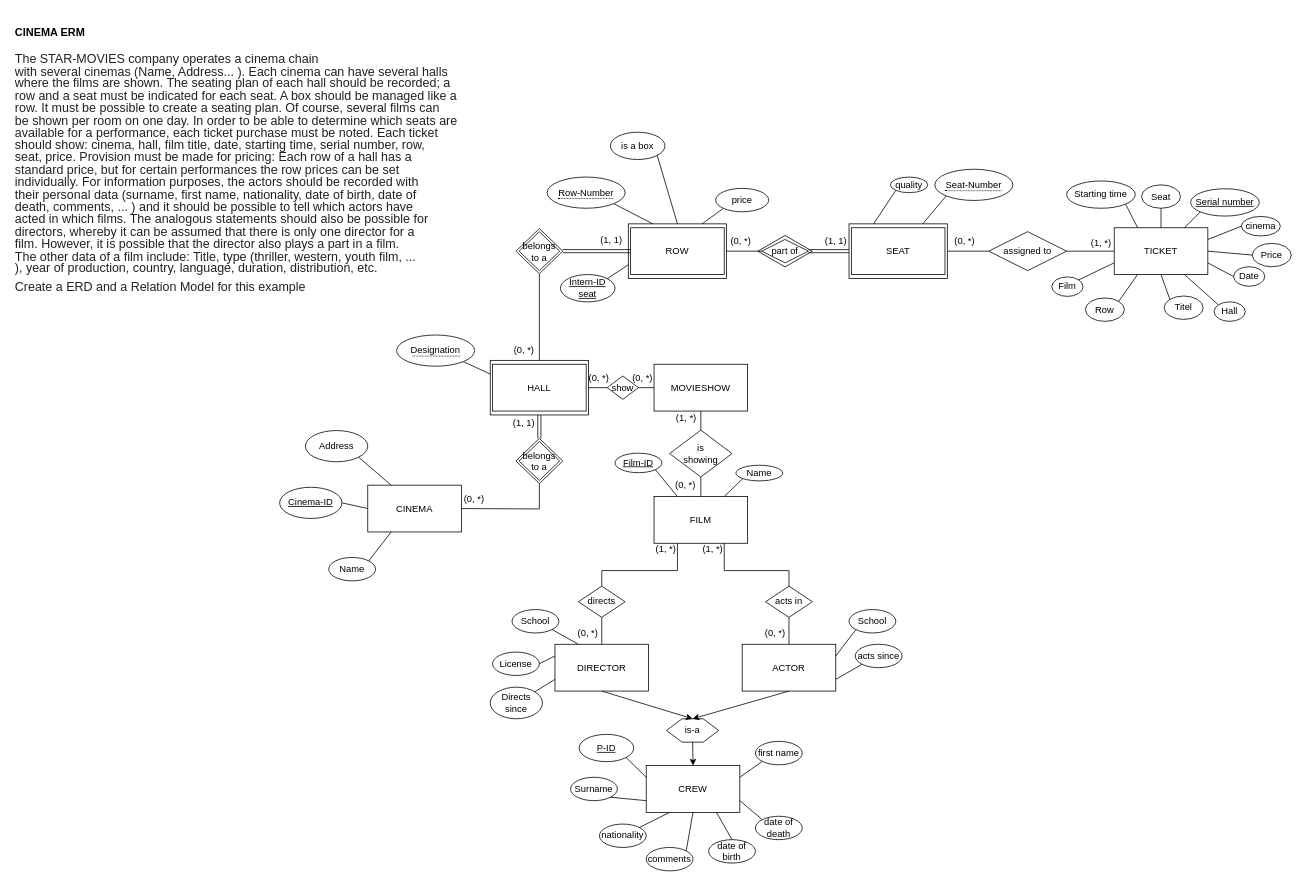
Earlier version of the draw.io diagram CINEMA.drawio (mars-veracruz/First-Repo). Source tidied: cells renumbered, new cells numbered last; positions are measured from the earlier drawing's top-left corner, leaving out a move shared by most shapes. Both pictures are drawn from the tidied source at 78%, with x=0, y=0 at pixel (13, 13).
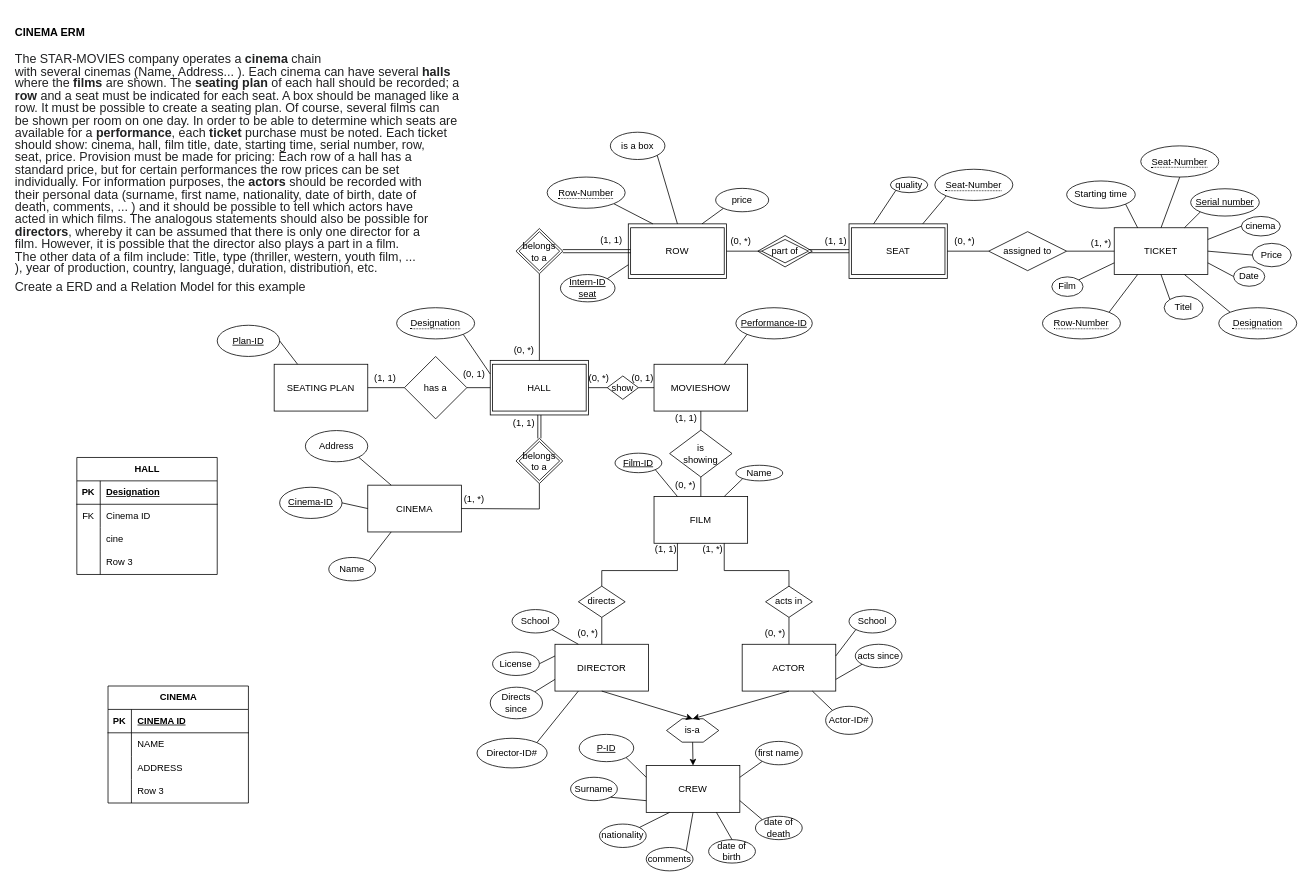
Above is the later version.

The change refers to these unchanged cells:
```xml
<mxCell id="5" style="rounded=0;whiteSpace=wrap;html=1;" parent="1" vertex="1">
  <mxGeometry x="611" y="444.5" width="126" height="70" as="geometry" />
</mxCell>
<mxCell id="13" value="ACTOR" style="rounded=0;whiteSpace=wrap;html=1;" parent="1" vertex="1">
  <mxGeometry x="934" y="808.5" width="120" height="60" as="geometry" />
</mxCell>
<mxCell id="14" value="DIRECTOR" style="rounded=0;whiteSpace=wrap;html=1;" parent="1" vertex="1">
  <mxGeometry x="694" y="808.5" width="120" height="60" as="geometry" />
</mxCell>
<mxCell id="15" value="TICKET" style="whiteSpace=wrap;html=1;" parent="1" vertex="1">
  <mxGeometry x="1411" y="274.5" width="120" height="60" as="geometry" />
</mxCell>
<mxCell id="112" value="MOVIESHOW" style="rounded=0;whiteSpace=wrap;html=1;" parent="1" vertex="1">
  <mxGeometry x="821" y="449.5" width="120" height="60" as="geometry" />
</mxCell>
```

Change to the diagram source:
```diff
@@
-    <mxCell id="6" value="&lt;h1 style=&quot;margin-top: 0px;&quot;&gt;&lt;font style=&quot;font-size: 14px;&quot;&gt;CINEMA ERM&lt;/font&gt;&lt;/h1&gt;&lt;p style=&quot;margin-top:6.0pt;margin-right:0cm;margin-bottom:6.0pt;&lt;br/&gt;margin-left:0cm;text-align:justify;line-height:115%&quot; class=&quot;MsoNormal&quot;&gt;&lt;span style=&quot;line-height: 115%; font-family: Arial, sans-serif; color: rgb(32, 33, 34);&quot; lang=&quot;EN-US&quot;&gt;&lt;font size=&quot;3&quot; style=&quot;&quot;&gt;The STAR-MOVIES company operates a cinema chain&lt;br&gt;with several cinemas (Name, Address... ). Each cinema can have several halls&lt;br&gt;where the films are shown. The seating plan of each hall should be recorded; a&lt;br&gt;row and a seat must be indicated for each seat. A box should be managed like a&lt;br&gt;row. It must be possible to create a seating plan. Of course, several films can&lt;br&gt;be shown per room on one day. In order to be able to determine which seats are&lt;br&gt;available for a performance, each ticket purchase must be noted. Each ticket&lt;br&gt;should show: cinema, hall, film title, date, starting time, serial number, row,&lt;br&gt;seat, price. Provision must be made for pricing: Each row of a hall has a&lt;br&gt;standard price, but for certain performances the row prices can be set&lt;br&gt;individually. For information purposes, the actors should be recorded with&lt;br&gt;their personal data (surname, first name, nationality, date of birth, date of&lt;br&gt;death, comments, ... ) and it should be possible to tell which actors have&lt;br&gt;acted in which films. The analogous statements should also be possible for&lt;br&gt;directors, whereby it can be assumed that there is only one director for a&lt;br&gt;film. However, it is possible that the director also plays a part in a film.&lt;br&gt;The other data of a film include: Title, type (thriller, western, youth film, ...&lt;br&gt;), year of production, country, language, duration, distribution, etc.&lt;/font&gt;&lt;/span&gt;&lt;/p&gt;&lt;p style=&quot;margin-top:6.0pt;margin-right:0cm;margin-bottom:6.0pt;&lt;br/&gt;margin-left:0cm;text-align:justify;line-height:115%&quot; class=&quot;MsoNormal&quot;&gt;&lt;span style=&quot;line-height: 115%; font-family: Arial, sans-serif; color: rgb(32, 33, 34);&quot; lang=&quot;EN-US&quot;&gt;&lt;font size=&quot;3&quot; style=&quot;&quot;&gt;Create a ERD and a Relation Model for this example&lt;/font&gt;&lt;/span&gt;&lt;/p&gt;" style="text;html=1;whiteSpace=wrap;overflow=hidden;rounded=0;" parent="1" vertex="1">
-      <mxGeometry y="-0.5" width="570" height="360" as="geometry" />
+    <mxCell id="6" value="&lt;h1 style=&quot;margin-top: 0px;&quot;&gt;&lt;font style=&quot;font-size: 14px;&quot;&gt;CINEMA ERM&lt;/font&gt;&lt;/h1&gt;&lt;p style=&quot;margin-top:6.0pt;margin-right:0cm;margin-bottom:6.0pt;&lt;br/&gt;margin-left:0cm;text-align:justify;line-height:115%&quot; class=&quot;MsoNormal&quot;&gt;&lt;span style=&quot;line-height: 115%; font-family: Arial, sans-serif; color: rgb(32, 33, 34);&quot; lang=&quot;EN-US&quot;&gt;&lt;font size=&quot;3&quot; style=&quot;&quot;&gt;The STAR-MOVIES company operates a&lt;b&gt; cinema&lt;/b&gt; chain&lt;br&gt;with several cinemas (Name, Address... ). Each cinema can have several &lt;b&gt;halls&lt;/b&gt;&lt;br&gt;where the &lt;b&gt;films&lt;/b&gt; are shown. The &lt;b&gt;seating plan&lt;/b&gt; of each hall should be recorded; a&lt;br&gt;&lt;b&gt;row&lt;/b&gt; and a seat must be indicated for each seat. A box should be managed like a&lt;br&gt;row. It must be possible to create a seating plan. Of course, several films can&lt;br&gt;be shown per room on one day. In order to be able to determine which seats are&lt;br&gt;available for a &lt;b&gt;performance&lt;/b&gt;, each &lt;b&gt;ticket&lt;/b&gt; purchase must be noted. Each ticket&lt;br&gt;should show: cinema, hall, film title, date, starting time, serial number, row,&lt;br&gt;seat, price. Provision must be made for pricing: Each row of a hall has a&lt;br&gt;standard price, but for certain performances the row prices can be set&lt;br&gt;individually. For information purposes, the &lt;b&gt;actors&lt;/b&gt; should be recorded with&lt;br&gt;their personal data (surname, first name, nationality, date of birth, date of&lt;br&gt;death, comments, ... ) and it should be possible to tell which actors have&lt;br&gt;acted in which films. The analogous statements should also be possible for&lt;br&gt;&lt;b&gt;directors&lt;/b&gt;, whereby it can be assumed that there is only one director for a&lt;br&gt;film. However, it is possible that the director also plays a part in a film.&lt;br&gt;The other data of a film include: Title, type (thriller, western, youth film, ...&lt;br&gt;), year of production, country, language, duration, distribution, etc.&lt;/font&gt;&lt;/span&gt;&lt;/p&gt;&lt;p style=&quot;margin-top:6.0pt;margin-right:0cm;margin-bottom:6.0pt;&lt;br/&gt;margin-left:0cm;text-align:justify;line-height:115%&quot; class=&quot;MsoNormal&quot;&gt;&lt;span style=&quot;line-height: 115%; font-family: Arial, sans-serif; color: rgb(32, 33, 34);&quot; lang=&quot;EN-US&quot;&gt;&lt;font size=&quot;3&quot; style=&quot;&quot;&gt;Create a ERD and a Relation Model for this example&lt;/font&gt;&lt;/span&gt;&lt;/p&gt;" style="text;html=1;whiteSpace=wrap;overflow=hidden;rounded=0;" parent="1" vertex="1">
+      <mxGeometry y="-0.5" width="581" height="402.5" as="geometry" />
     </mxCell>
@@
-    <mxCell id="49" value="Hall" style="ellipse;whiteSpace=wrap;html=1;" parent="1" vertex="1">
-      <mxGeometry x="1539" y="369.5" width="40" height="25" as="geometry" />
-    </mxCell>
-    <mxCell id="50" style="endArrow=none;html=1;rounded=0;entryX=0.75;entryY=1;entryDx=0;entryDy=0;exitX=0;exitY=0;exitDx=0;exitDy=0;" parent="1" edge="1" source="49" target="15">
+    <mxCell id="50" style="endArrow=none;html=1;rounded=0;entryX=0.75;entryY=1;entryDx=0;entryDy=0;exitX=0;exitY=0;exitDx=0;exitDy=0;" parent="1" edge="1" source="136" target="15">
       <mxGeometry relative="1" as="geometry" />
     </mxCell>
@@
-    <mxCell id="53" value="Row" style="ellipse;whiteSpace=wrap;html=1;" parent="1" vertex="1">
-      <mxGeometry x="1374" y="364.5" width="50" height="30" as="geometry" />
-    </mxCell>
-    <mxCell id="54" value="Seat" style="ellipse;whiteSpace=wrap;html=1;" parent="1" vertex="1">
-      <mxGeometry x="1446" y="219.5" width="50" height="30" as="geometry" />
-    </mxCell>
@@
-    <mxCell id="59" style="endArrow=none;html=1;rounded=0;exitX=1;exitY=0;exitDx=0;exitDy=0;entryX=0.25;entryY=1;entryDx=0;entryDy=0;" parent="1" edge="1" source="53" target="15">
+    <mxCell id="59" style="endArrow=none;html=1;rounded=0;exitX=1;exitY=0;exitDx=0;exitDy=0;entryX=0.25;entryY=1;entryDx=0;entryDy=0;" parent="1" edge="1" source="135" target="15">
       <mxGeometry relative="1" as="geometry" />
     </mxCell>
-    <mxCell id="60" style="endArrow=none;html=1;rounded=0;exitX=0.5;exitY=0;exitDx=0;exitDy=0;entryX=0.5;entryY=1;entryDx=0;entryDy=0;" parent="1" edge="1" source="15" target="54">
+    <mxCell id="60" style="endArrow=none;html=1;rounded=0;exitX=0.5;exitY=0;exitDx=0;exitDy=0;entryX=0.5;entryY=1;entryDx=0;entryDy=0;" parent="1" edge="1" source="15" target="137">
       <mxGeometry relative="1" as="geometry" />
     </mxCell>
@@
-    <mxCell id="73" value="(0, *)" style="text;html=1;align=center;verticalAlign=middle;strokeColor=none;fillColor=none;" parent="1" vertex="1">
+    <mxCell id="73" value="(1, *)" style="text;html=1;align=center;verticalAlign=middle;strokeColor=none;fillColor=none;" parent="1" vertex="1">
       <mxGeometry x="565" y="607.2" width="50" height="30" as="geometry" />
     </mxCell>
@@
-    <mxCell id="87" value="(1, *)" style="text;html=1;align=center;verticalAlign=middle;strokeColor=none;fillColor=none;" parent="1" vertex="1">
+    <mxCell id="87" value="(1, 1)" style="text;html=1;align=center;verticalAlign=middle;strokeColor=none;fillColor=none;" parent="1" vertex="1">
       <mxGeometry x="837" y="504" width="50" height="30" as="geometry" />
     </mxCell>
@@
     <mxCell id="116" value="&lt;span style=&quot;border-bottom: 1px dotted&quot;&gt;Designation&lt;/span&gt;" style="ellipse;whiteSpace=wrap;html=1;align=center;" parent="1" vertex="1">
-      <mxGeometry x="491" y="412" width="100" height="40" as="geometry" />
+      <mxGeometry x="491" y="377" width="100" height="40" as="geometry" />
     </mxCell>
@@
-    <mxCell id="124" value="(1, *)" style="text;html=1;align=center;verticalAlign=middle;strokeColor=none;fillColor=none;" parent="1" vertex="1">
+    <mxCell id="124" value="(1, 1)" style="text;html=1;align=center;verticalAlign=middle;strokeColor=none;fillColor=none;" parent="1" vertex="1">
       <mxGeometry x="811" y="672" width="50" height="30" as="geometry" />
     </mxCell>
@@
-    <mxCell id="128" value="(0, *)" style="text;html=1;align=center;verticalAlign=middle;strokeColor=none;fillColor=none;" parent="1" vertex="1">
+    <mxCell id="128" value="(0, 1)" style="text;html=1;align=center;verticalAlign=middle;strokeColor=none;fillColor=none;" parent="1" vertex="1">
       <mxGeometry x="781" y="452" width="50" height="30" as="geometry" />
     </mxCell>
+    <mxCell id="129" value="SEATING PLAN" style="rounded=0;whiteSpace=wrap;html=1;" parent="1" vertex="1">
+      <mxGeometry x="334" y="449.5" width="120" height="60" as="geometry" />
+    </mxCell>
+    <mxCell id="130" value="has a" style="rhombus;whiteSpace=wrap;html=1;" parent="1" vertex="1">
+      <mxGeometry x="501" y="439.5" width="80" height="80" as="geometry" />
+    </mxCell>
+    <mxCell id="131" style="endArrow=none;html=1;rounded=0;exitX=1;exitY=0.5;exitDx=0;exitDy=0;entryX=0;entryY=0.5;entryDx=0;entryDy=0;" parent="1" edge="1" source="130" target="5">
+      <mxGeometry relative="1" as="geometry" />
+    </mxCell>
+    <mxCell id="132" style="endArrow=none;html=1;rounded=0;exitX=1;exitY=0.5;exitDx=0;exitDy=0;entryX=0;entryY=0.5;entryDx=0;entryDy=0;" parent="1" edge="1" source="129" target="130">
+      <mxGeometry relative="1" as="geometry" />
+    </mxCell>
+    <mxCell id="133" value="(1, 1)" style="text;html=1;align=center;verticalAlign=middle;strokeColor=none;fillColor=none;" parent="1" vertex="1">
+      <mxGeometry x="451" y="452" width="50" height="30" as="geometry" />
+    </mxCell>
+    <mxCell id="134" value="(0, 1)" style="text;html=1;align=center;verticalAlign=middle;strokeColor=none;fillColor=none;" parent="1" vertex="1">
+      <mxGeometry x="565" y="447" width="50" height="30" as="geometry" />
+    </mxCell>
+    <mxCell id="135" value="&lt;span style=&quot;border-bottom: 1px dotted&quot;&gt;Row-Number&lt;/span&gt;" style="ellipse;whiteSpace=wrap;html=1;align=center;" parent="1" vertex="1">
+      <mxGeometry x="1319" y="377" width="100" height="40" as="geometry" />
+    </mxCell>
+    <mxCell id="136" value="&lt;span style=&quot;border-bottom: 1px dotted&quot;&gt;Designation&lt;/span&gt;" style="ellipse;whiteSpace=wrap;html=1;align=center;" parent="1" vertex="1">
+      <mxGeometry x="1545" y="377" width="100" height="40" as="geometry" />
+    </mxCell>
+    <mxCell id="137" value="&lt;span style=&quot;border-bottom: 1px dotted&quot;&gt;Seat-Number&lt;/span&gt;" style="ellipse;whiteSpace=wrap;html=1;align=center;" parent="1" vertex="1">
+      <mxGeometry x="1445" y="169.5" width="100" height="40" as="geometry" />
+    </mxCell>
+    <mxCell id="138" value="&lt;u&gt;Plan-ID&lt;/u&gt;" style="ellipse;whiteSpace=wrap;html=1;" parent="1" vertex="1">
+      <mxGeometry x="261" y="399.5" width="80" height="40" as="geometry" />
+    </mxCell>
+    <mxCell id="139" style="endArrow=none;html=1;rounded=0;exitX=1;exitY=0.5;exitDx=0;exitDy=0;entryX=0.25;entryY=0;entryDx=0;entryDy=0;" parent="1" edge="1" source="138" target="129">
+      <mxGeometry relative="1" as="geometry" />
+    </mxCell>
+    <mxCell id="140" value="&lt;u&gt;Performance-ID&lt;/u&gt;" style="ellipse;whiteSpace=wrap;html=1;" parent="1" vertex="1">
+      <mxGeometry x="925.9" y="377" width="98" height="40" as="geometry" />
+    </mxCell>
+    <mxCell id="141" style="endArrow=none;html=1;rounded=0;exitX=0.75;exitY=0;exitDx=0;exitDy=0;entryX=0;entryY=1;entryDx=0;entryDy=0;" parent="1" edge="1" source="112" target="140">
+      <mxGeometry relative="1" as="geometry" />
+    </mxCell>
+    <mxCell id="142" value="Director-ID#" style="ellipse;whiteSpace=wrap;html=1;" parent="1" vertex="1">
+      <mxGeometry x="594" y="929" width="90" height="38" as="geometry" />
+    </mxCell>
+    <mxCell id="143" value="Actor-ID#" style="ellipse;whiteSpace=wrap;html=1;" parent="1" vertex="1">
+      <mxGeometry x="1041" y="888" width="60" height="36" as="geometry" />
+    </mxCell>
+    <mxCell id="144" style="endArrow=none;html=1;rounded=0;exitX=1;exitY=0;exitDx=0;exitDy=0;entryX=0.25;entryY=1;entryDx=0;entryDy=0;" parent="1" edge="1" source="142" target="14">
+      <mxGeometry relative="1" as="geometry" />
+    </mxCell>
+    <mxCell id="145" style="endArrow=none;html=1;rounded=0;exitX=0.75;exitY=1;exitDx=0;exitDy=0;entryX=0;entryY=0;entryDx=0;entryDy=0;" parent="1" edge="1" source="13" target="143">
+      <mxGeometry relative="1" as="geometry" />
+    </mxCell>
+    <mxCell id="146" value="CINEMA" style="shape=table;startSize=30;childLayout=tableLayout;rowLines=0;fontStyle=1;align=center;html=1;" parent="1" vertex="1">
+      <mxGeometry x="121" y="862" width="180" height="150" as="geometry" />
+    </mxCell>
+    <mxCell id="147" style="shape=tableRow;horizontal=0;startSize=0;swimlaneHead=0;swimlaneBody=0;fillColor=none;top=0;left=0;right=0;bottom=1;" parent="146" vertex="1">
+      <mxGeometry y="30" width="180" height="30" as="geometry" />
+    </mxCell>
+    <mxCell id="148" value="PK" style="shape=partialRectangle;fillColor=none;top=0;left=0;bottom=0;right=0;fontStyle=1;overflow=hidden;whiteSpace=wrap;html=1;" parent="147" vertex="1">
+      <mxGeometry width="30" height="30" as="geometry" />
+    </mxCell>
+    <mxCell id="149" value="CINEMA ID" style="shape=partialRectangle;fillColor=none;top=0;left=0;bottom=0;right=0;align=left;spacingLeft=6;fontStyle=5;overflow=hidden;whiteSpace=wrap;html=1;" parent="147" vertex="1">
+      <mxGeometry x="30" width="150" height="30" as="geometry" />
+    </mxCell>
+    <mxCell id="150" style="shape=tableRow;horizontal=0;startSize=0;swimlaneHead=0;swimlaneBody=0;fillColor=none;top=0;left=0;right=0;bottom=0;" parent="146" vertex="1">
+      <mxGeometry y="60" width="180" height="30" as="geometry" />
+    </mxCell>
+    <mxCell id="151" style="shape=partialRectangle;fillColor=none;top=0;left=0;bottom=0;right=0;overflow=hidden;whiteSpace=wrap;html=1;" parent="150" vertex="1">
+      <mxGeometry width="30" height="30" as="geometry" />
+    </mxCell>
+    <mxCell id="152" value="NAME" style="shape=partialRectangle;fillColor=none;top=0;left=0;bottom=0;right=0;align=left;spacingLeft=6;overflow=hidden;whiteSpace=wrap;html=1;" parent="150" vertex="1">
+      <mxGeometry x="30" width="150" height="30" as="geometry" />
+    </mxCell>
+    <mxCell id="153" style="shape=tableRow;horizontal=0;startSize=0;swimlaneHead=0;swimlaneBody=0;fillColor=none;top=0;left=0;right=0;bottom=0;" parent="146" vertex="1">
+      <mxGeometry y="90" width="180" height="30" as="geometry" />
+    </mxCell>
+    <mxCell id="154" style="shape=partialRectangle;fillColor=none;top=0;left=0;bottom=0;right=0;overflow=hidden;whiteSpace=wrap;html=1;" parent="153" vertex="1">
+      <mxGeometry width="30" height="30" as="geometry" />
+    </mxCell>
+    <mxCell id="155" value="ADDRESS" style="shape=partialRectangle;fillColor=none;top=0;left=0;bottom=0;right=0;align=left;spacingLeft=6;overflow=hidden;whiteSpace=wrap;html=1;" parent="153" vertex="1">
+      <mxGeometry x="30" width="150" height="30" as="geometry" />
+    </mxCell>
+    <mxCell id="156" style="shape=tableRow;horizontal=0;startSize=0;swimlaneHead=0;swimlaneBody=0;fillColor=none;top=0;left=0;right=0;bottom=0;" parent="146" vertex="1">
+      <mxGeometry y="120" width="180" height="30" as="geometry" />
+    </mxCell>
+    <mxCell id="157" style="shape=partialRectangle;fillColor=none;top=0;left=0;bottom=0;right=0;overflow=hidden;whiteSpace=wrap;html=1;" parent="156" vertex="1">
+      <mxGeometry width="30" height="30" as="geometry" />
+    </mxCell>
+    <mxCell id="158" value="Row 3" style="shape=partialRectangle;fillColor=none;top=0;left=0;bottom=0;right=0;align=left;spacingLeft=6;overflow=hidden;whiteSpace=wrap;html=1;" parent="156" vertex="1">
+      <mxGeometry x="30" width="150" height="30" as="geometry" />
+    </mxCell>
+    <mxCell id="159" value="HALL" style="shape=table;startSize=30;childLayout=tableLayout;rowLines=0;fontStyle=1;align=center;html=1;" parent="1" vertex="1">
+      <mxGeometry x="81" y="569" width="180" height="150" as="geometry" />
+    </mxCell>
+    <mxCell id="160" style="shape=tableRow;horizontal=0;startSize=0;swimlaneHead=0;swimlaneBody=0;fillColor=none;top=0;left=0;right=0;bottom=1;" parent="159" vertex="1">
+      <mxGeometry y="30" width="180" height="30" as="geometry" />
+    </mxCell>
+    <mxCell id="161" value="PK" style="shape=partialRectangle;fillColor=none;top=0;left=0;bottom=0;right=0;fontStyle=1;overflow=hidden;whiteSpace=wrap;html=1;" parent="160" vertex="1">
+      <mxGeometry width="30" height="30" as="geometry" />
+    </mxCell>
+    <mxCell id="162" value="Designation" style="shape=partialRectangle;fillColor=none;top=0;left=0;bottom=0;right=0;align=left;spacingLeft=6;fontStyle=5;overflow=hidden;whiteSpace=wrap;html=1;" parent="160" vertex="1">
+      <mxGeometry x="30" width="150" height="30" as="geometry" />
+    </mxCell>
+    <mxCell id="163" style="shape=tableRow;horizontal=0;startSize=0;swimlaneHead=0;swimlaneBody=0;fillColor=none;top=0;left=0;right=0;bottom=0;" parent="159" vertex="1">
+      <mxGeometry y="60" width="180" height="30" as="geometry" />
+    </mxCell>
+    <mxCell id="164" value="FK" style="shape=partialRectangle;fillColor=none;top=0;left=0;bottom=0;right=0;overflow=hidden;whiteSpace=wrap;html=1;" parent="163" vertex="1">
+      <mxGeometry width="30" height="30" as="geometry" />
+    </mxCell>
+    <mxCell id="165" value="Cinema ID" style="shape=partialRectangle;fillColor=none;top=0;left=0;bottom=0;right=0;align=left;spacingLeft=6;overflow=hidden;whiteSpace=wrap;html=1;" parent="163" vertex="1">
+      <mxGeometry x="30" width="150" height="30" as="geometry" />
+    </mxCell>
+    <mxCell id="166" style="shape=tableRow;horizontal=0;startSize=0;swimlaneHead=0;swimlaneBody=0;fillColor=none;top=0;left=0;right=0;bottom=0;" parent="159" vertex="1">
+      <mxGeometry y="90" width="180" height="30" as="geometry" />
+    </mxCell>
+    <mxCell id="167" style="shape=partialRectangle;fillColor=none;top=0;left=0;bottom=0;right=0;overflow=hidden;whiteSpace=wrap;html=1;" parent="166" vertex="1">
+      <mxGeometry width="30" height="30" as="geometry" />
+    </mxCell>
+    <mxCell id="168" value="cine" style="shape=partialRectangle;fillColor=none;top=0;left=0;bottom=0;right=0;align=left;spacingLeft=6;overflow=hidden;whiteSpace=wrap;html=1;" parent="166" vertex="1">
+      <mxGeometry x="30" width="150" height="30" as="geometry" />
+    </mxCell>
+    <mxCell id="169" style="shape=tableRow;horizontal=0;startSize=0;swimlaneHead=0;swimlaneBody=0;fillColor=none;top=0;left=0;right=0;bottom=0;" parent="159" vertex="1">
+      <mxGeometry y="120" width="180" height="30" as="geometry" />
+    </mxCell>
+    <mxCell id="170" style="shape=partialRectangle;fillColor=none;top=0;left=0;bottom=0;right=0;overflow=hidden;whiteSpace=wrap;html=1;" parent="169" vertex="1">
+      <mxGeometry width="30" height="30" as="geometry" />
+    </mxCell>
+    <mxCell id="171" value="Row 3" style="shape=partialRectangle;fillColor=none;top=0;left=0;bottom=0;right=0;align=left;spacingLeft=6;overflow=hidden;whiteSpace=wrap;html=1;" parent="169" vertex="1">
+      <mxGeometry x="30" width="150" height="30" as="geometry" />
+    </mxCell>
```
